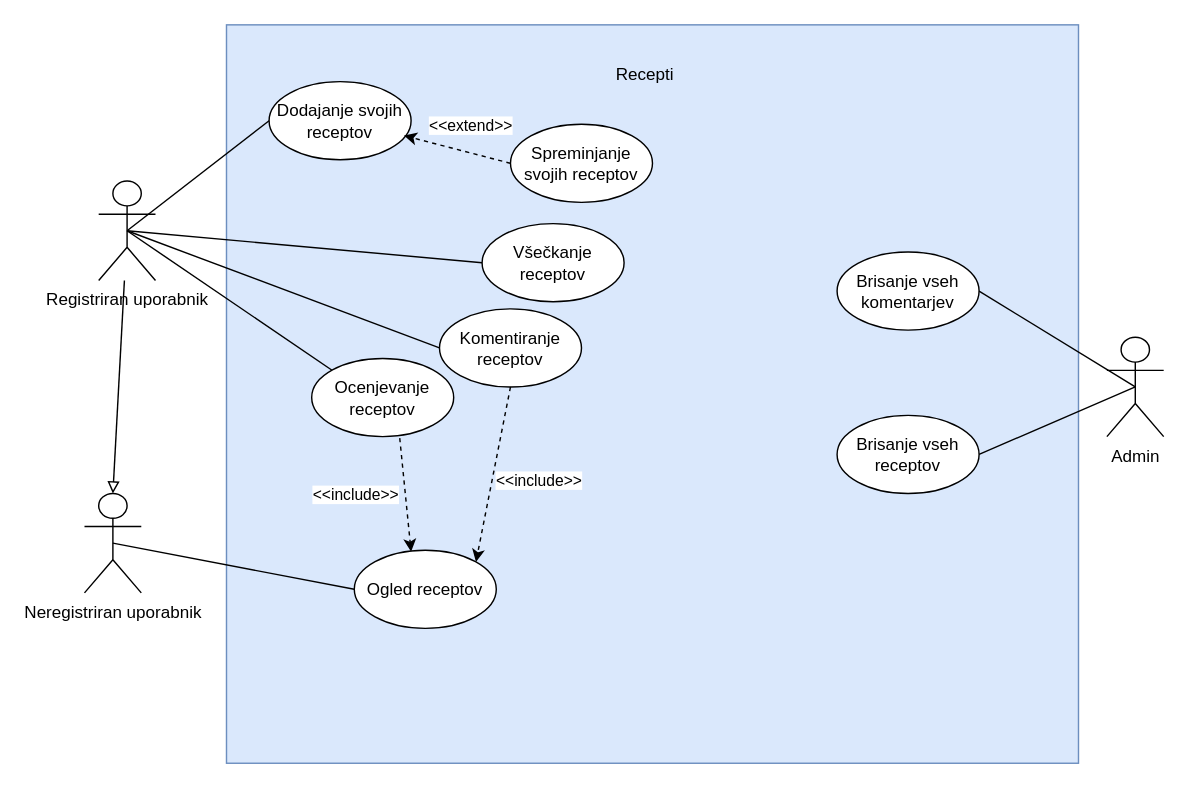
The draw.io diagram docs/Recepti.drawio in AnejVollmeier/RIS-Recepti, before the edit. Source tidied: cells renumbered, new cells numbered last; positions are measured from the earlier drawing's top-left corner, leaving out a move shared by most shapes. Both pictures are drawn from the tidied source at 142%, with x=0, y=0 at pixel (84, 24).
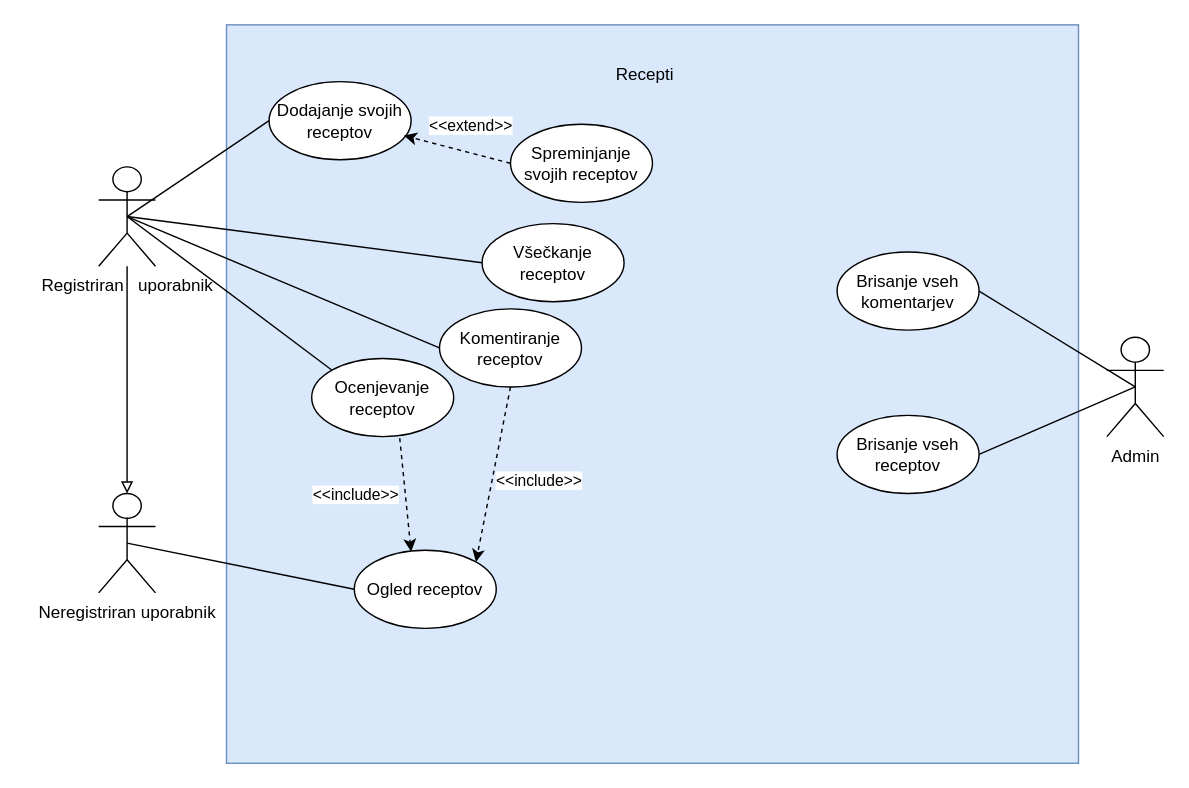
Above is the later version.

The edit, as a diff of the source:
```diff
@@
-    <mxCell id="4" value="Registriran uporabnik" style="shape=umlActor;verticalLabelPosition=bottom;verticalAlign=top;html=1;outlineConnect=0;" parent="1" vertex="1">
-      <mxGeometry x="10" y="110" width="40" height="70" as="geometry" />
+    <mxCell id="4" value="Registriran&amp;nbsp; &amp;nbsp;uporabnik" style="shape=umlActor;verticalLabelPosition=bottom;verticalAlign=top;html=1;outlineConnect=0;" parent="1" vertex="1">
+      <mxGeometry x="10" y="100" width="40" height="70" as="geometry" />
     </mxCell>
     <mxCell id="5" value="&lt;span style=&quot;color: rgb(0, 0, 0);&quot;&gt;Neregistriran uporabnik&lt;/span&gt;" style="shape=umlActor;verticalLabelPosition=bottom;verticalAlign=top;html=1;outlineConnect=0;" parent="1" vertex="1">
-      <mxGeometry y="330" width="40" height="70" as="geometry" />
+      <mxGeometry x="10" y="330" width="40" height="70" as="geometry" />
     </mxCell>
```
